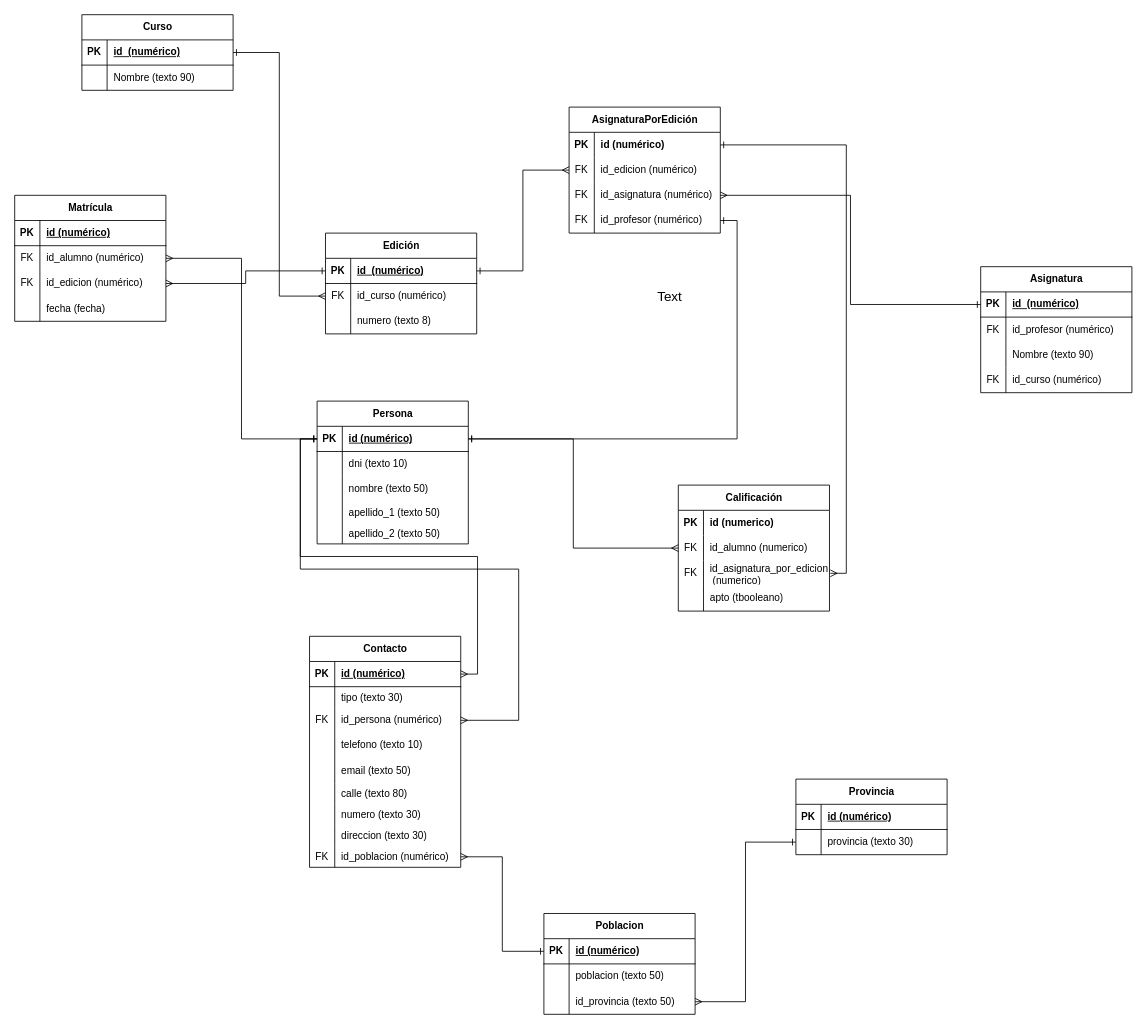
This is ejemplo_academia.drawio from InMentals/Exercise_Modelado_de_datos_SQL, a draw.io file, before an edit. Source tidied: cells renumbered, new cells numbered last; positions are measured from the earlier drawing's top-left corner, leaving out a move shared by most shapes. Both pictures are drawn from the tidied source at 84%, with x=0, y=0 at pixel (14, 14).
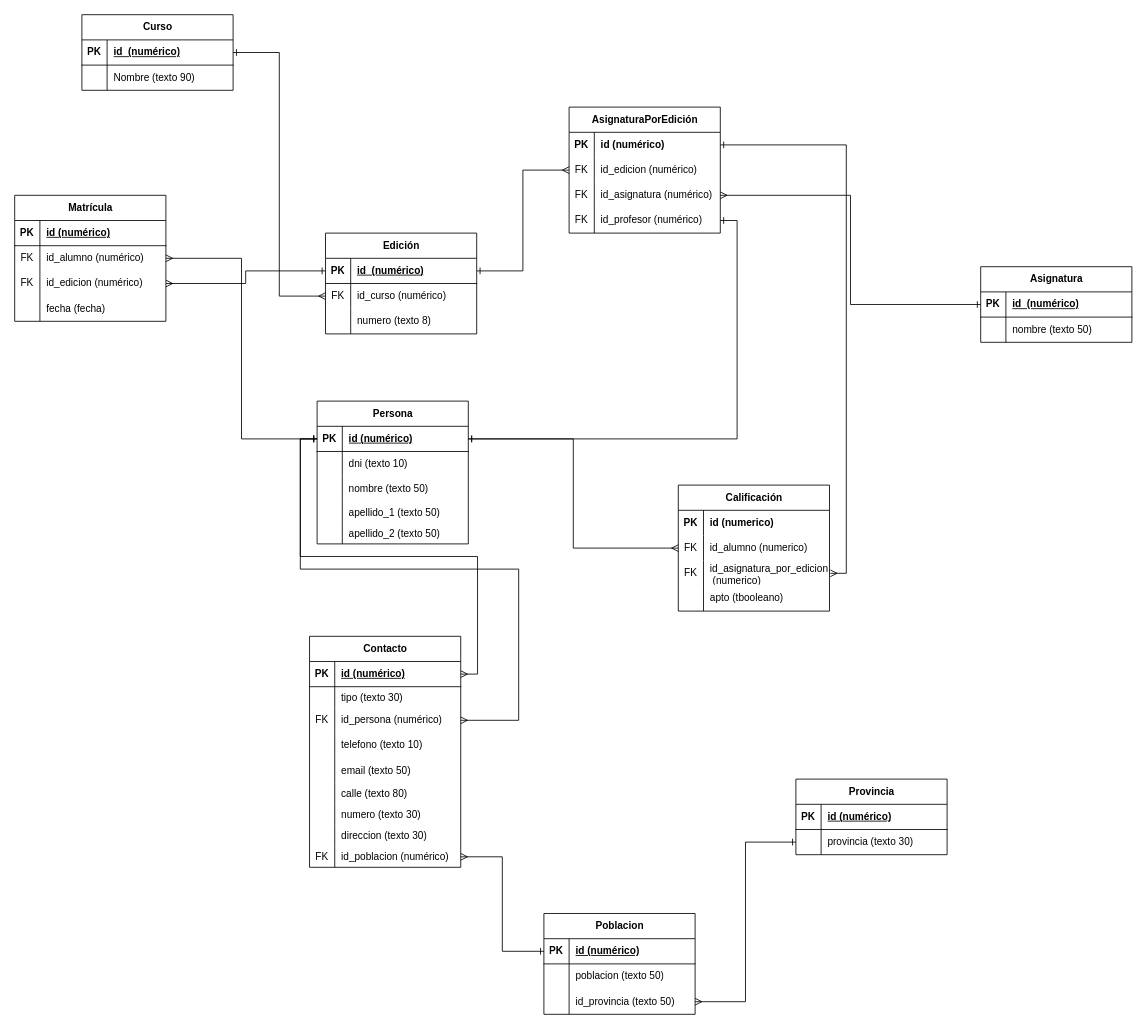
The same page after the edit.

Commit message (it also covers changes not shown here):
Update help documents

The edit, as a diff of the source:
```diff
@@
     <mxCell id="39" value="Asignatura" style="shape=table;startSize=30;childLayout=tableLayout;rowLines=0;fontStyle=1;align=center;html=1;" parent="1" vertex="1">
-      <mxGeometry x="1150" y="300" width="180" height="150" as="geometry" />
+      <mxGeometry x="1150" y="300" width="180" height="90" as="geometry" />
     </mxCell>
@@
-    <mxCell id="43" style="shape=tableRow;horizontal=0;startSize=0;swimlaneHead=0;swimlaneBody=0;fillColor=none;top=0;left=0;right=0;bottom=0;" parent="39" vertex="1">
-      <mxGeometry y="60" width="180" height="30" as="geometry" />
-    </mxCell>
-    <mxCell id="44" value="FK" style="shape=partialRectangle;fillColor=none;top=0;left=0;bottom=0;right=0;overflow=hidden;whiteSpace=wrap;html=1;" parent="43" vertex="1">
-      <mxGeometry width="30" height="30" as="geometry" />
-    </mxCell>
-    <mxCell id="45" value="id_profesor (numérico)" style="shape=partialRectangle;fillColor=none;top=0;left=0;bottom=0;right=0;align=left;spacingLeft=6;overflow=hidden;whiteSpace=wrap;html=1;" parent="43" vertex="1">
-      <mxGeometry x="30" width="150" height="30" as="geometry" />
-    </mxCell>
     <mxCell id="46" style="shape=tableRow;horizontal=0;startSize=0;swimlaneHead=0;swimlaneBody=0;fillColor=none;top=0;left=0;right=0;bottom=0;" parent="39" vertex="1">
-      <mxGeometry y="90" width="180" height="30" as="geometry" />
+      <mxGeometry y="60" width="180" height="30" as="geometry" />
     </mxCell>
@@
-    <mxCell id="48" value="Nombre (texto 90)" style="shape=partialRectangle;fillColor=none;top=0;left=0;bottom=0;right=0;align=left;spacingLeft=6;overflow=hidden;whiteSpace=wrap;html=1;" parent="46" vertex="1">
+    <mxCell id="48" value="nombre (texto 50)" style="shape=partialRectangle;fillColor=none;top=0;left=0;bottom=0;right=0;align=left;spacingLeft=6;overflow=hidden;whiteSpace=wrap;html=1;" parent="46" vertex="1">
       <mxGeometry x="30" width="150" height="30" as="geometry" />
     </mxCell>
-    <mxCell id="49" style="shape=tableRow;horizontal=0;startSize=0;swimlaneHead=0;swimlaneBody=0;fillColor=none;top=0;left=0;right=0;bottom=0;" parent="39" vertex="1">
-      <mxGeometry y="120" width="180" height="30" as="geometry" />
-    </mxCell>
-    <mxCell id="50" value="FK" style="shape=partialRectangle;fillColor=none;top=0;left=0;bottom=0;right=0;overflow=hidden;whiteSpace=wrap;html=1;" parent="49" vertex="1">
-      <mxGeometry width="30" height="30" as="geometry" />
-    </mxCell>
-    <mxCell id="51" value="id_curso (numérico)" style="shape=partialRectangle;fillColor=none;top=0;left=0;bottom=0;right=0;align=left;spacingLeft=6;overflow=hidden;whiteSpace=wrap;html=1;" parent="49" vertex="1">
-      <mxGeometry x="30" width="150" height="30" as="geometry" />
-    </mxCell>
@@
-    <mxCell id="144" value="Text" style="text;strokeColor=none;fillColor=none;html=1;align=center;verticalAlign=middle;whiteSpace=wrap;rounded=0;fontSize=16;" parent="1" vertex="1">
-      <mxGeometry x="750" y="320" width="60" height="30" as="geometry" />
-    </mxCell>
```
